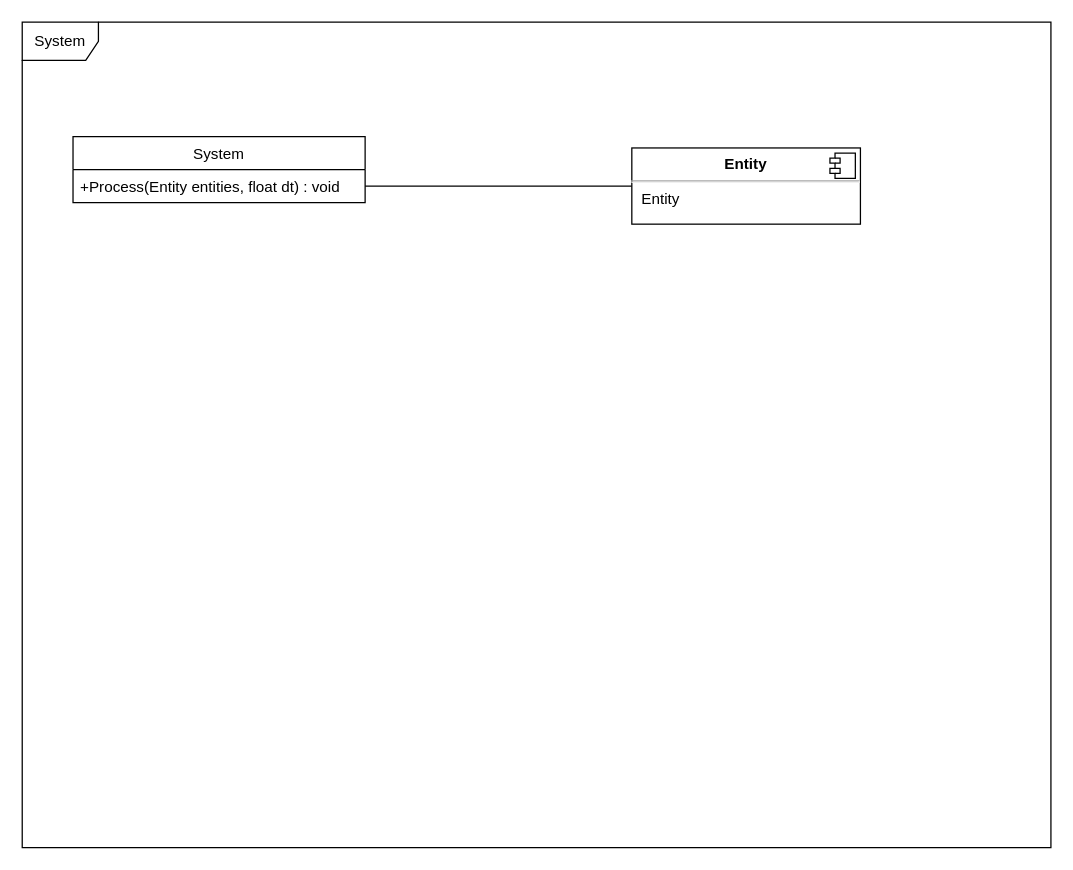
hazN/ECS_Engine keeps this draw.io diagram as page "System" (1 of 6) of UMLDiagram.drawio. Above is the earlier version. Source tidied: cells renumbered, new cells numbered last; positions are measured from the earlier drawing's top-left corner, leaving out a move shared by most shapes. Both pictures are drawn from the tidied source at 127%, with x=0, y=0 at pixel (22, 22).
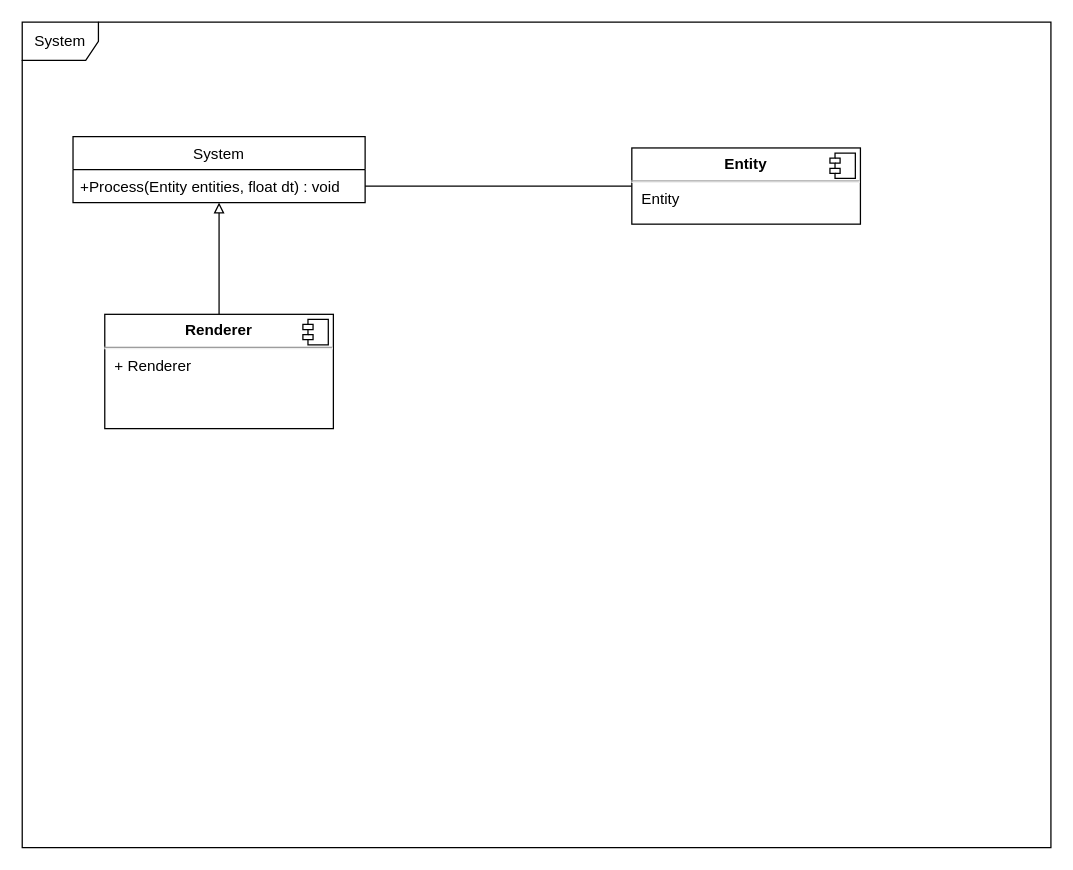
The same page after the edit.

Commit message (it also covers changes not shown here):
Update UMLDiagram : renderer

Change to the diagram source:
```diff
@@
 <mxGraphModel>
   <root>
     <mxCell id="0" />
     <mxCell id="1" parent="0" />
     <mxCell id="2" value="System" style="shape=umlFrame;whiteSpace=wrap;html=1;" parent="1" vertex="1">
       <mxGeometry width="810" height="650" as="geometry" />
     </mxCell>
     <mxCell id="3" value="System" style="swimlane;fontStyle=0;horizontal=1;startSize=26;fillColor=none;" parent="1" vertex="1">
       <mxGeometry x="40" y="90" width="230" height="52" as="geometry" />
     </mxCell>
     <mxCell id="4" value="+Process(Entity entities, float dt) : void " style="text;strokeColor=none;fillColor=none;align=left;verticalAlign=top;spacingLeft=4;spacingRight=4;overflow=hidden;points=[[0,0.5],[1,0.5]];portConstraint=eastwest;" parent="3" vertex="1">
       <mxGeometry y="26" width="230" height="26" as="geometry" />
     </mxCell>
     <mxCell id="5" style="edgeStyle=orthogonalEdgeStyle;rounded=0;jettySize=auto;html=1;exitX=1;exitY=0.5;exitDx=0;exitDy=0;entryX=0;entryY=0.5;entryDx=0;entryDy=0;endArrow=none;endFill=0;" parent="1" edge="1" source="4" target="6">
       <mxGeometry relative="1" as="geometry" />
     </mxCell>
     <mxCell id="6" value="&lt;p style=&quot;margin:0px;margin-top:6px;text-align:center;&quot;&gt;&lt;b&gt;Entity&lt;/b&gt;&lt;/p&gt;&lt;hr&gt;&lt;p style=&quot;margin:0px;margin-left:8px;&quot;&gt;Entity&lt;/p&gt;" style="align=left;overflow=fill;html=1;" parent="1" vertex="1">
       <mxGeometry x="480" y="99" width="180" height="60" as="geometry" />
     </mxCell>
     <mxCell id="7" style="shape=component;jettyWidth=8;jettyHeight=4;" parent="6" vertex="1">
       <mxGeometry x="1" width="20" height="20" relative="1" as="geometry">
         <mxPoint x="-24" y="4" as="offset" />
       </mxGeometry>
     </mxCell>
+    <mxCell id="8" style="edgeStyle=orthogonalEdgeStyle;rounded=0;jettySize=auto;html=1;exitX=0.5;exitY=0;exitDx=0;exitDy=0;endArrow=block;endFill=0;" parent="1" edge="1" source="9" target="3">
+      <mxGeometry relative="1" as="geometry">
+        <Array as="points">
+          <mxPoint x="155" y="220" />
+          <mxPoint x="155" y="220" />
+        </Array>
+      </mxGeometry>
+    </mxCell>
+    <mxCell id="9" value="&lt;p style=&quot;margin:0px;margin-top:6px;text-align:center;&quot;&gt;&lt;b&gt;Renderer&lt;/b&gt;&lt;/p&gt;&lt;hr&gt;&lt;p style=&quot;margin:0px;margin-left:8px;&quot;&gt;+ Renderer&lt;/p&gt;" style="align=left;overflow=fill;html=1;" parent="1" vertex="1">
+      <mxGeometry x="65" y="230" width="180" height="90" as="geometry" />
+    </mxCell>
+    <mxCell id="10" style="shape=component;jettyWidth=8;jettyHeight=4;" parent="9" vertex="1">
+      <mxGeometry x="1" width="20" height="20" relative="1" as="geometry">
+        <mxPoint x="-24" y="4" as="offset" />
+      </mxGeometry>
+    </mxCell>
   </root>
 </mxGraphModel>
```
